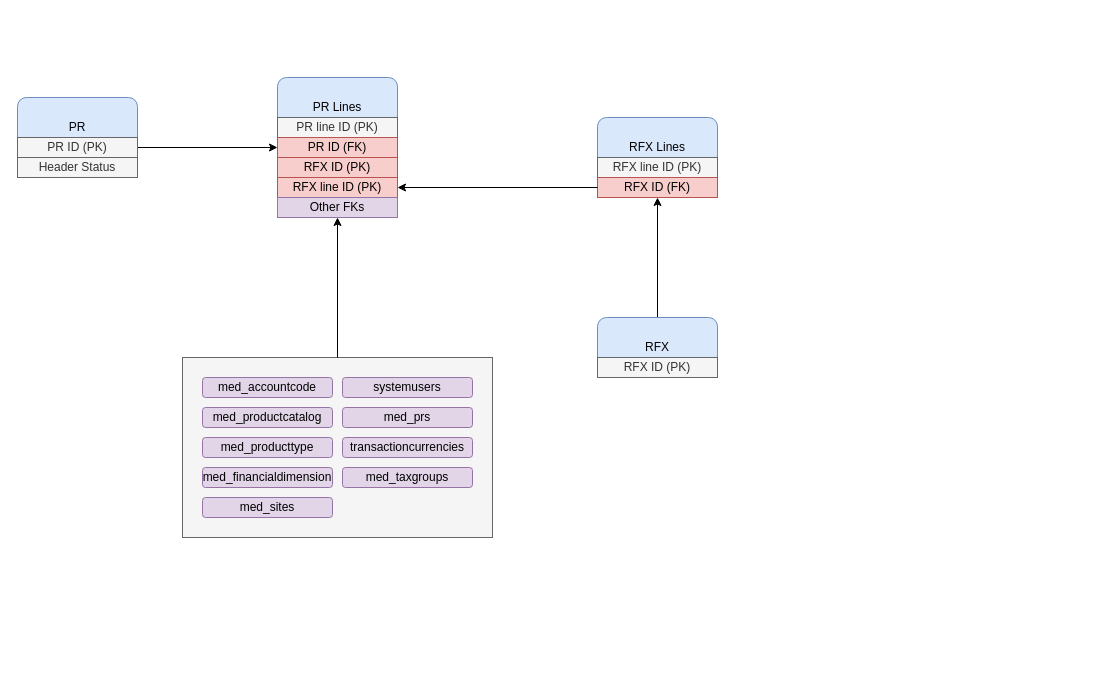
Above: page "Logical Design" (3 of 6) of scm_value_chain.drawio in Medair/drawio (draw.io), before the change. Source tidied: cells renumbered, new cells numbered last; positions are measured from the earlier drawing's top-left corner, leaving out a move shared by most shapes. Both pictures are drawn from the tidied source at 100%, with x=0, y=0 at pixel (17, 77).
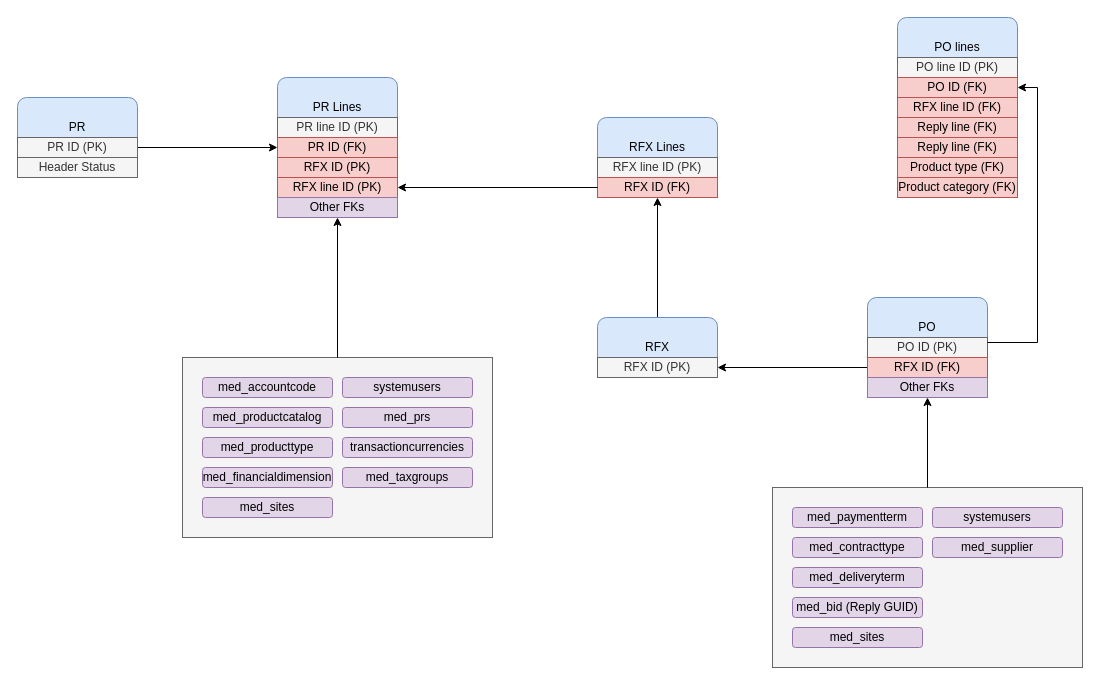
After the change.

Unchanged cells that the change refers to:
```xml
<mxCell id="11" value="RFX ID (PK)" style="rounded=0;whiteSpace=wrap;html=1;fillColor=#f5f5f5;fontColor=#333333;strokeColor=#666666;" parent="8" vertex="1">
  <mxGeometry y="40" width="120" height="20" as="geometry" />
</mxCell>
```

Change to the diagram source:
```diff
@@
+    <mxCell id="35" style="edgeStyle=orthogonalEdgeStyle;rounded=0;jettySize=auto;html=1;entryX=1;entryY=0.5;entryDx=0;entryDy=0;" parent="1" edge="1" source="51" target="11">
+      <mxGeometry relative="1" as="geometry" />
+    </mxCell>
+    <mxCell id="36" style="group;strokeColor=none;strokeWidth=2;rounded=1;perimeterSpacing=15;" parent="1" vertex="1">
+      <mxGeometry x="775" y="430" width="290" height="160" as="geometry" />
+    </mxCell>
+    <mxCell id="37" style="rounded=0;whiteSpace=wrap;html=1;fillColor=#f5f5f5;fontColor=#333333;strokeColor=#666666;" parent="36" vertex="1">
+      <mxGeometry x="-20" y="-20" width="310" height="180" as="geometry" />
+    </mxCell>
+    <mxCell id="38" value="med_contracttype" style="rounded=1;whiteSpace=wrap;html=1;fillColor=#e1d5e7;strokeColor=#9673a6;" parent="36" vertex="1">
+      <mxGeometry y="30" width="130" height="20" as="geometry" />
+    </mxCell>
+    <mxCell id="39" value="med_deliveryterm" style="rounded=1;whiteSpace=wrap;html=1;fillColor=#e1d5e7;strokeColor=#9673a6;" parent="36" vertex="1">
+      <mxGeometry y="60" width="130" height="20" as="geometry" />
+    </mxCell>
+    <mxCell id="40" value="med_paymentterm" style="rounded=1;whiteSpace=wrap;html=1;fillColor=#e1d5e7;strokeColor=#9673a6;" parent="36" vertex="1">
+      <mxGeometry width="130" height="20" as="geometry" />
+    </mxCell>
+    <mxCell id="41" value="systemusers" style="rounded=1;whiteSpace=wrap;html=1;fillColor=#e1d5e7;strokeColor=#9673a6;" parent="36" vertex="1">
+      <mxGeometry x="140" width="130" height="20" as="geometry" />
+    </mxCell>
+    <mxCell id="42" value="med_supplier" style="rounded=1;whiteSpace=wrap;html=1;fillColor=#e1d5e7;strokeColor=#9673a6;" parent="36" vertex="1">
+      <mxGeometry x="140" y="30" width="130" height="20" as="geometry" />
+    </mxCell>
+    <mxCell id="43" value="med_bid (Reply GUID)" style="rounded=1;whiteSpace=wrap;html=1;fillColor=#e1d5e7;strokeColor=#9673a6;" parent="36" vertex="1">
+      <mxGeometry y="90" width="130" height="20" as="geometry" />
+    </mxCell>
+    <mxCell id="44" value="med_sites" style="rounded=1;whiteSpace=wrap;html=1;fillColor=#e1d5e7;strokeColor=#9673a6;" parent="36" vertex="1">
+      <mxGeometry y="120" width="130" height="20" as="geometry" />
+    </mxCell>
+    <mxCell id="45" style="edgeStyle=orthogonalEdgeStyle;rounded=0;jettySize=auto;html=1;entryX=0.5;entryY=1;entryDx=0;entryDy=0;" parent="1" edge="1" source="37" target="52">
+      <mxGeometry relative="1" as="geometry" />
+    </mxCell>
+    <mxCell id="46" style="group;" parent="1" vertex="1">
+      <mxGeometry x="850" y="220" width="120" height="100" as="geometry" />
+    </mxCell>
+    <mxCell id="47" style="group;" parent="46" vertex="1">
+      <mxGeometry width="120" height="80" as="geometry" />
+    </mxCell>
+    <mxCell id="48" style="group;" parent="47" vertex="1">
+      <mxGeometry width="120" height="60" as="geometry" />
+    </mxCell>
+    <mxCell id="49" value="PO" style="rounded=1;whiteSpace=wrap;html=1;fillColor=#dae8fc;strokeColor=#6c8ebf;" parent="48" vertex="1">
+      <mxGeometry width="120" height="60" as="geometry" />
+    </mxCell>
+    <mxCell id="50" value="PO ID (PK)" style="rounded=0;whiteSpace=wrap;html=1;fillColor=#f5f5f5;fontColor=#333333;strokeColor=#666666;" parent="48" vertex="1">
+      <mxGeometry y="40" width="120" height="20" as="geometry" />
+    </mxCell>
+    <mxCell id="51" value="RFX ID (FK)" style="rounded=0;whiteSpace=wrap;html=1;fillColor=#f8cecc;strokeColor=#b85450;" parent="47" vertex="1">
+      <mxGeometry y="60" width="120" height="20" as="geometry" />
+    </mxCell>
+    <mxCell id="52" value="Other FKs" style="rounded=0;whiteSpace=wrap;html=1;fillColor=#e1d5e7;strokeColor=#9673a6;" parent="46" vertex="1">
+      <mxGeometry y="80" width="120" height="20" as="geometry" />
+    </mxCell>
+    <mxCell id="53" style="group;" parent="1" vertex="1">
+      <mxGeometry x="880" y="-60" width="120" height="180" as="geometry" />
+    </mxCell>
+    <mxCell id="54" style="group;" parent="53" vertex="1">
+      <mxGeometry width="120" height="80" as="geometry" />
+    </mxCell>
+    <mxCell id="55" style="group;" parent="54" vertex="1">
+      <mxGeometry width="120" height="60" as="geometry" />
+    </mxCell>
+    <mxCell id="56" value="PO lines" style="rounded=1;whiteSpace=wrap;html=1;fillColor=#dae8fc;strokeColor=#6c8ebf;" parent="55" vertex="1">
+      <mxGeometry width="120" height="60" as="geometry" />
+    </mxCell>
+    <mxCell id="57" value="PO line ID (PK)" style="rounded=0;whiteSpace=wrap;html=1;fillColor=#f5f5f5;fontColor=#333333;strokeColor=#666666;" parent="55" vertex="1">
+      <mxGeometry y="40" width="120" height="20" as="geometry" />
+    </mxCell>
+    <mxCell id="58" value="PO ID (FK)" style="rounded=0;whiteSpace=wrap;html=1;fillColor=#f8cecc;strokeColor=#b85450;" parent="54" vertex="1">
+      <mxGeometry y="60" width="120" height="20" as="geometry" />
+    </mxCell>
+    <mxCell id="59" value="RFX line ID (FK)" style="rounded=0;whiteSpace=wrap;html=1;fillColor=#f8cecc;strokeColor=#b85450;" parent="53" vertex="1">
+      <mxGeometry y="80" width="120" height="20" as="geometry" />
+    </mxCell>
+    <mxCell id="60" value="Reply line (FK)" style="rounded=0;whiteSpace=wrap;html=1;fillColor=#f8cecc;strokeColor=#b85450;" parent="53" vertex="1">
+      <mxGeometry y="100" width="120" height="20" as="geometry" />
+    </mxCell>
+    <mxCell id="61" value="Reply line (FK)" style="rounded=0;whiteSpace=wrap;html=1;fillColor=#f8cecc;strokeColor=#b85450;" parent="53" vertex="1">
+      <mxGeometry y="120" width="120" height="20" as="geometry" />
+    </mxCell>
+    <mxCell id="62" value="Product type (FK)" style="rounded=0;whiteSpace=wrap;html=1;fillColor=#f8cecc;strokeColor=#b85450;" parent="53" vertex="1">
+      <mxGeometry y="140" width="120" height="20" as="geometry" />
+    </mxCell>
+    <mxCell id="63" value="Product category (FK)" style="rounded=0;whiteSpace=wrap;html=1;fillColor=#f8cecc;strokeColor=#b85450;" parent="53" vertex="1">
+      <mxGeometry y="160" width="120" height="20" as="geometry" />
+    </mxCell>
+    <mxCell id="64" style="edgeStyle=orthogonalEdgeStyle;rounded=0;jettySize=auto;html=1;exitX=1;exitY=0.25;exitDx=0;exitDy=0;entryX=1;entryY=0.5;entryDx=0;entryDy=0;" parent="1" edge="1" source="50" target="58">
+      <mxGeometry relative="1" as="geometry" />
+    </mxCell>
```
